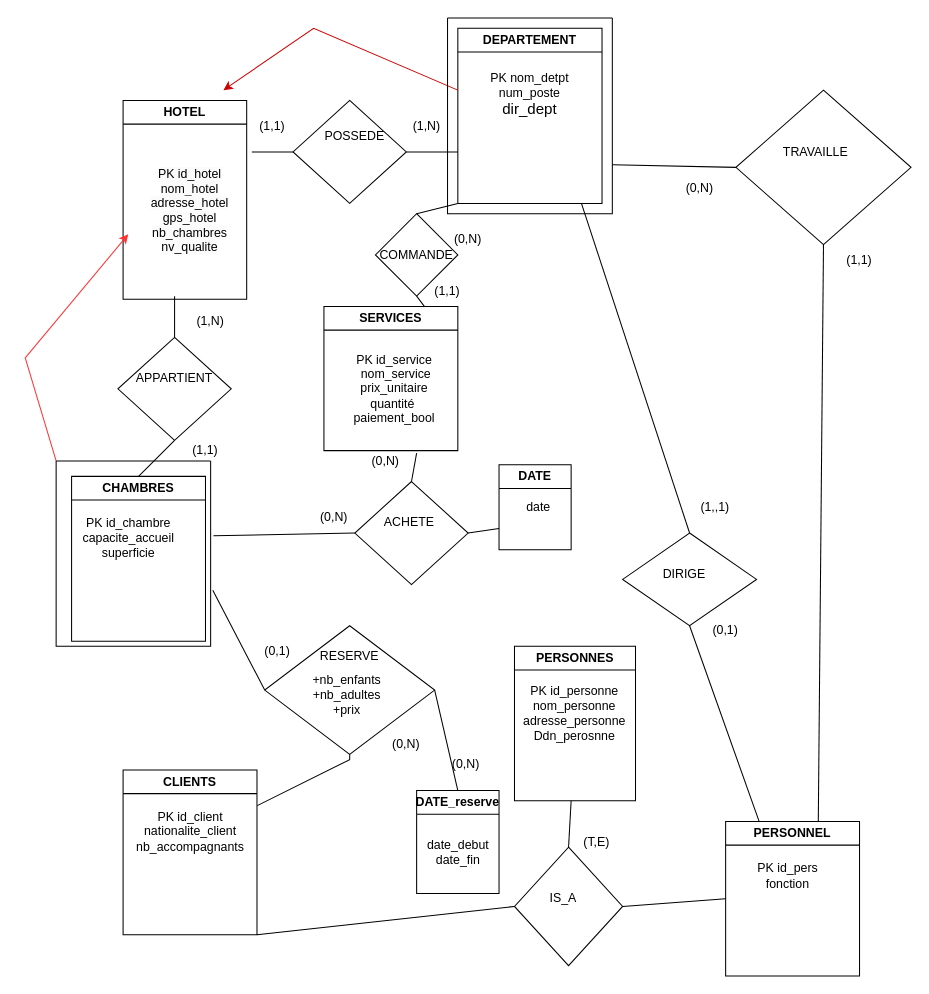
Before: Diagramme sans nom.drawio in lenny-vergerolle/lennyverg, a draw.io diagram. Source tidied: cells renumbered, new cells numbered last; positions are measured from the earlier drawing's top-left corner, leaving out a move shared by most shapes. Both pictures are drawn from the tidied source at 103%, with x=0, y=0 at pixel (25, 18).
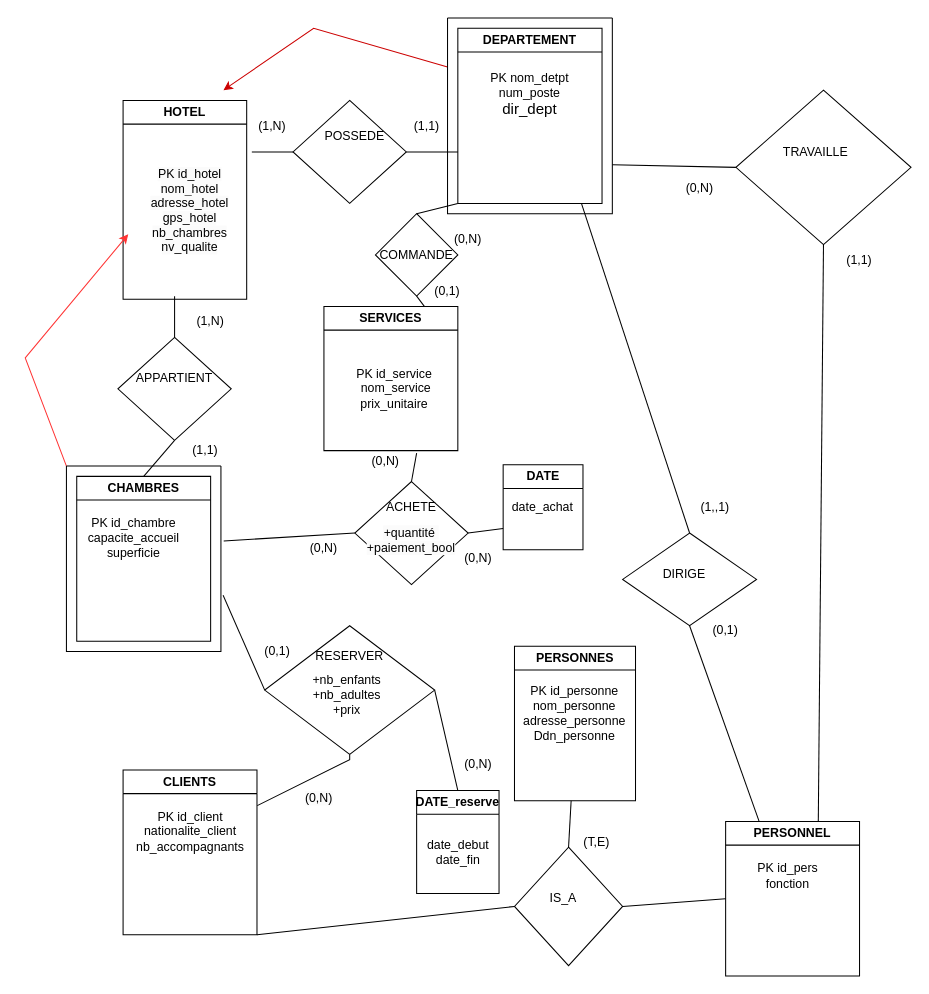
The same page after the edit.

Commit message:
Mettre à jour Diagramme sans nom.drawio

The change refers to these unchanged cells:
```xml
<mxCell id="8" value="PERSONNES" style="swimlane;whiteSpace=wrap;html=1;" parent="1" vertex="1">
  <mxGeometry x="475" y="610" width="117.5" height="150" as="geometry" />
</mxCell>
<mxCell id="36" style="swimlane;startSize=0;" parent="1" vertex="1">
  <mxGeometry x="410" width="160" height="190" as="geometry" />
</mxCell>
<mxCell id="37" value="SERVICES" style="swimlane;whiteSpace=wrap;html=1;" parent="1" vertex="1">
  <mxGeometry x="290" y="280" width="130" height="140" as="geometry" />
</mxCell>
```

Change to the diagram source:
```diff
@@
-    <mxCell id="9" value="PK id_personne&lt;br&gt;nom_personne&lt;br&gt;&lt;div&gt;adresse_personne&lt;/div&gt;Ddn_perosnne" style="text;html=1;align=center;verticalAlign=middle;strokeColor=none;fillColor=none;" parent="8" vertex="1">
+    <mxCell id="9" value="PK id_personne&lt;br&gt;nom_personne&lt;br&gt;&lt;div&gt;adresse_personne&lt;/div&gt;Ddn_personne" style="text;html=1;align=center;verticalAlign=middle;strokeColor=none;fillColor=none;" parent="8" vertex="1">
       <mxGeometry x="-2.5" y="30" width="120" height="70" as="geometry" />
     </mxCell>
@@
-    <mxCell id="25" style="endArrow=classic;html=1;rounded=0;strokeColor=#CC0000;entryX=0.75;entryY=0;entryDx=0;entryDy=0;" parent="1" edge="1">
+    <mxCell id="25" style="endArrow=classic;html=1;rounded=0;strokeColor=#CC0000;entryX=0.75;entryY=0;entryDx=0;entryDy=0;exitX=0;exitY=0.25;exitDx=0;exitDy=0;" parent="1" edge="1" source="36">
       <mxGeometry relative="1" as="geometry">
-        <mxPoint x="420" y="70" as="sourcePoint" />
         <mxPoint x="192.5" y="70" as="targetPoint" />
         <Array as="points">
           <mxPoint x="280" y="10" />
         </Array>
       </mxGeometry>
     </mxCell>
@@
-    <mxCell id="28" value="(1,N)" style="text;html=1;strokeColor=none;fillColor=none;align=center;verticalAlign=middle;whiteSpace=wrap;rounded=0;" parent="1" vertex="1">
+    <mxCell id="28" value="(1,1)" style="text;html=1;strokeColor=none;fillColor=none;align=center;verticalAlign=middle;whiteSpace=wrap;rounded=0;" parent="1" vertex="1">
       <mxGeometry x="360" y="90" width="60" height="30" as="geometry" />
     </mxCell>
-    <mxCell id="29" value="(1,1)" style="text;html=1;strokeColor=none;fillColor=none;align=center;verticalAlign=middle;whiteSpace=wrap;rounded=0;" parent="1" vertex="1">
+    <mxCell id="29" value="(1,N)" style="text;html=1;strokeColor=none;fillColor=none;align=center;verticalAlign=middle;whiteSpace=wrap;rounded=0;" parent="1" vertex="1">
       <mxGeometry x="210" y="90" width="60" height="30" as="geometry" />
     </mxCell>
@@
     <mxCell id="32" style="swimlane;startSize=0;" parent="1" vertex="1">
-      <mxGeometry x="30" y="430" width="150" height="180" as="geometry" />
+      <mxGeometry x="40" y="435" width="150" height="180" as="geometry" />
     </mxCell>
     <mxCell id="33" value="CHAMBRES" style="swimlane;whiteSpace=wrap;html=1;" parent="32" vertex="1">
-      <mxGeometry x="15" y="15" width="130" height="160" as="geometry" />
+      <mxGeometry x="10" y="10" width="130" height="160" as="geometry" />
     </mxCell>
@@
-    <mxCell id="38" value="PK id_service&lt;br&gt;&amp;nbsp;nom_service&lt;br&gt;prix_unitaire&lt;br&gt;quantité&amp;nbsp;&lt;br&gt;paiement_bool" style="text;html=1;align=center;verticalAlign=middle;strokeColor=none;fillColor=none;" parent="37" vertex="1">
-      <mxGeometry x="17.5" y="35" width="100" height="90" as="geometry" />
+    <mxCell id="38" value="PK id_service&lt;br&gt;&amp;nbsp;nom_service&lt;br&gt;prix_unitaire&lt;br&gt;" style="text;html=1;align=center;verticalAlign=middle;strokeColor=none;fillColor=none;" parent="37" vertex="1">
+      <mxGeometry x="17.5" y="50" width="100" height="60" as="geometry" />
     </mxCell>
@@
-    <mxCell id="40" value="RESERVE&lt;br&gt;" style="text;html=1;strokeColor=none;fillColor=none;align=center;verticalAlign=middle;whiteSpace=wrap;rounded=0;" parent="1" vertex="1">
+    <mxCell id="40" value="RESERVER" style="text;html=1;strokeColor=none;fillColor=none;align=center;verticalAlign=middle;whiteSpace=wrap;rounded=0;" parent="1" vertex="1">
       <mxGeometry x="285" y="600" width="60" height="40" as="geometry" />
     </mxCell>
@@
-    <mxCell id="43" style="rhombus;whiteSpace=wrap;html=1;" parent="1" vertex="1">
+    <mxCell id="43" value="&lt;br&gt;&lt;span style=&quot;color: rgb(0, 0, 0); font-family: Helvetica; font-size: 12px; font-style: normal; font-variant-ligatures: normal; font-variant-caps: normal; font-weight: 400; letter-spacing: normal; orphans: 2; text-align: center; text-indent: 0px; text-transform: none; widows: 2; word-spacing: 0px; -webkit-text-stroke-width: 0px; background-color: rgb(251, 251, 251); text-decoration-thickness: initial; text-decoration-style: initial; text-decoration-color: initial; float: none; display: inline !important;&quot;&gt;+quantité&amp;nbsp;&lt;/span&gt;&lt;br style=&quot;border-color: var(--border-color); color: rgb(0, 0, 0); font-family: Helvetica; font-size: 12px; font-style: normal; font-variant-ligatures: normal; font-variant-caps: normal; font-weight: 400; letter-spacing: normal; orphans: 2; text-align: center; text-indent: 0px; text-transform: none; widows: 2; word-spacing: 0px; -webkit-text-stroke-width: 0px; background-color: rgb(251, 251, 251); text-decoration-thickness: initial; text-decoration-style: initial; text-decoration-color: initial;&quot;&gt;&lt;span style=&quot;color: rgb(0, 0, 0); font-family: Helvetica; font-size: 12px; font-style: normal; font-variant-ligatures: normal; font-variant-caps: normal; font-weight: 400; letter-spacing: normal; orphans: 2; text-align: center; text-indent: 0px; text-transform: none; widows: 2; word-spacing: 0px; -webkit-text-stroke-width: 0px; background-color: rgb(251, 251, 251); text-decoration-thickness: initial; text-decoration-style: initial; text-decoration-color: initial; float: none; display: inline !important;&quot;&gt;+paiement_bool&lt;/span&gt;&lt;br&gt;" style="rhombus;whiteSpace=wrap;html=1;" parent="1" vertex="1">
       <mxGeometry x="320" y="450" width="110" height="100" as="geometry" />
     </mxCell>
     <mxCell id="44" value="ACHETE" style="text;html=1;strokeColor=none;fillColor=none;align=center;verticalAlign=middle;whiteSpace=wrap;rounded=0;" parent="1" vertex="1">
-      <mxGeometry x="327.5" y="470" width="90" height="40" as="geometry" />
+      <mxGeometry x="330" y="455" width="90" height="40" as="geometry" />
     </mxCell>
@@
-    <mxCell id="47" value="(0,N)" style="text;html=1;strokeColor=none;fillColor=none;align=center;verticalAlign=middle;whiteSpace=wrap;rounded=0;" parent="1" vertex="1">
-      <mxGeometry x="340" y="690" width="60" height="30" as="geometry" />
-    </mxCell>
@@
-    <mxCell id="49" value="(0,N)" style="text;html=1;strokeColor=none;fillColor=none;align=center;verticalAlign=middle;whiteSpace=wrap;rounded=0;" parent="1" vertex="1">
-      <mxGeometry x="270" y="470" width="60" height="30" as="geometry" />
-    </mxCell>
@@
-    <mxCell id="52" value="(1,1)" style="text;html=1;strokeColor=none;fillColor=none;align=center;verticalAlign=middle;whiteSpace=wrap;rounded=0;" parent="1" vertex="1">
+    <mxCell id="52" value="(0,1)" style="text;html=1;strokeColor=none;fillColor=none;align=center;verticalAlign=middle;whiteSpace=wrap;rounded=0;" parent="1" vertex="1">
       <mxGeometry x="380" y="250" width="60" height="30" as="geometry" />
     </mxCell>
@@
     <mxCell id="68" value="DATE" style="swimlane;whiteSpace=wrap;html=1;" parent="1" vertex="1">
-      <mxGeometry x="460" y="433.8" width="70" height="82.5" as="geometry" />
+      <mxGeometry x="464" y="433.8" width="77.5" height="82.5" as="geometry" />
     </mxCell>
-    <mxCell id="69" value="date" style="text;html=1;align=center;verticalAlign=middle;strokeColor=none;fillColor=none;" parent="68" vertex="1">
-      <mxGeometry x="12.5" y="26.2" width="50" height="30" as="geometry" />
+    <mxCell id="69" value="date_achat" style="text;html=1;align=center;verticalAlign=middle;strokeColor=none;fillColor=none;" parent="68" vertex="1">
+      <mxGeometry x="-2.5" y="26.2" width="80" height="30" as="geometry" />
     </mxCell>
@@
     <mxCell id="74" value="(0,N)" style="text;html=1;strokeColor=none;fillColor=none;align=center;verticalAlign=middle;whiteSpace=wrap;rounded=0;" parent="1" vertex="1">
-      <mxGeometry x="397.5" y="710" width="60" height="30" as="geometry" />
+      <mxGeometry x="410" y="710" width="60" height="30" as="geometry" />
     </mxCell>
+    <mxCell id="75" value="&lt;span style=&quot;color: rgb(0, 0, 0); font-family: Helvetica; font-size: 12px; font-style: normal; font-variant-ligatures: normal; font-variant-caps: normal; font-weight: 400; letter-spacing: normal; orphans: 2; text-align: center; text-indent: 0px; text-transform: none; widows: 2; word-spacing: 0px; -webkit-text-stroke-width: 0px; background-color: rgb(251, 251, 251); text-decoration-thickness: initial; text-decoration-style: initial; text-decoration-color: initial; float: none; display: inline !important;&quot;&gt;(0,N)&lt;/span&gt;" style="text;whiteSpace=wrap;html=1;fontSize=16;" parent="1" vertex="1">
+      <mxGeometry x="270" y="740" width="60" height="40" as="geometry" />
+    </mxCell>
+    <mxCell id="76" value="(0,N)" style="text;html=1;strokeColor=none;fillColor=none;align=center;verticalAlign=middle;whiteSpace=wrap;rounded=0;" parent="1" vertex="1">
+      <mxGeometry x="410" y="510" width="60" height="30" as="geometry" />
+    </mxCell>
+    <mxCell id="77" value="(0,N)" style="text;html=1;strokeColor=none;fillColor=none;align=center;verticalAlign=middle;whiteSpace=wrap;rounded=0;" parent="1" vertex="1">
+      <mxGeometry x="260" y="500" width="60" height="30" as="geometry" />
+    </mxCell>
```
